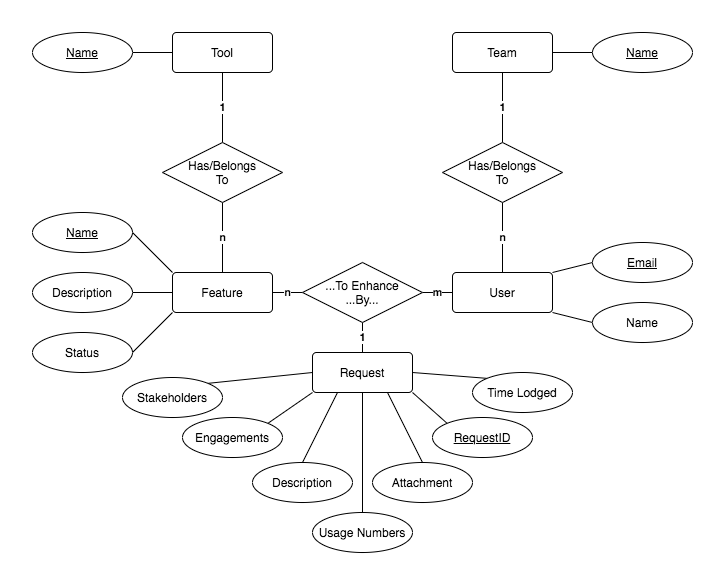
Earlier version of the draw.io export docs/DB Entity Rel Model.png (cpanzenbock/Fraudtech-Web-Activity). Source tidied: cells renumbered, new cells last; positions are measured from the earlier drawing's top-left corner, leaving out a move shared by most shapes.
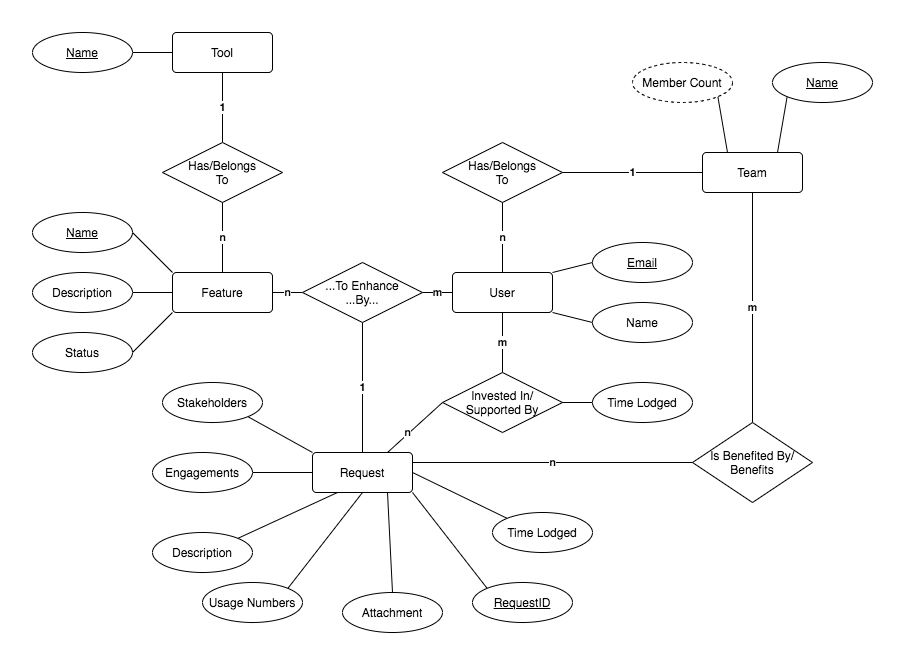
Above is the later version.

What changed in the source:
```diff
@@ -20,6 +20,9 @@
     <mxCell id="7" value="&lt;b&gt;m&lt;/b&gt;" style="edgeStyle=none;rounded=0;jettySize=auto;html=1;exitX=0;exitY=0.5;exitDx=0;exitDy=0;entryX=1;entryY=0.5;entryDx=0;entryDy=0;endArrow=none;endFill=0;" parent="1" edge="1" source="8" target="44">
       <mxGeometry relative="1" as="geometry" />
     </mxCell>
+    <mxCell id="45" value="&lt;b&gt;m&lt;/b&gt;" style="rounded=0;jettySize=auto;html=1;exitX=0.5;exitY=1;exitDx=0;exitDy=0;entryX=0.5;entryY=0;entryDx=0;entryDy=0;endArrow=none;endFill=0;" parent="1" edge="1" source="8" target="50">
+      <mxGeometry relative="1" as="geometry" />
+    </mxCell>
     <mxCell id="8" value="User" style="rounded=1;arcSize=10;whiteSpace=wrap;html=1;align=center;" parent="1" vertex="1">
       <mxGeometry x="420" y="240" width="100" height="40" as="geometry" />
     </mxCell>
@@ -32,11 +35,17 @@
     <mxCell id="11" style="edgeStyle=none;rounded=0;jettySize=auto;html=1;exitX=0.75;exitY=1;exitDx=0;exitDy=0;entryX=0.5;entryY=0;entryDx=0;entryDy=0;endArrow=none;endFill=0;" parent="1" edge="1" source="42" target="39">
       <mxGeometry relative="1" as="geometry" />
     </mxCell>
-    <mxCell id="12" style="edgeStyle=none;rounded=0;jettySize=auto;html=1;exitX=1;exitY=0.5;exitDx=0;exitDy=0;entryX=0;entryY=0.5;entryDx=0;entryDy=0;endArrow=none;endFill=0;" parent="1" edge="1" source="13" target="19">
+    <mxCell id="12" style="edgeStyle=none;rounded=0;jettySize=auto;html=1;exitX=0.75;exitY=0;exitDx=0;exitDy=0;entryX=0;entryY=1;entryDx=0;entryDy=0;endArrow=none;endFill=0;" parent="1" edge="1" source="13" target="19">
       <mxGeometry relative="1" as="geometry" />
     </mxCell>
+    <mxCell id="46" value="&lt;b&gt;m&lt;/b&gt;" style="edgeStyle=none;rounded=0;jettySize=auto;html=1;exitX=0.5;exitY=1;exitDx=0;exitDy=0;entryX=0.5;entryY=0;entryDx=0;entryDy=0;endArrow=none;endFill=0;" parent="1" edge="1" source="13" target="53">
+      <mxGeometry relative="1" as="geometry" />
+    </mxCell>
+    <mxCell id="47" style="edgeStyle=none;rounded=0;jettySize=auto;html=1;exitX=0.25;exitY=0;exitDx=0;exitDy=0;entryX=1;entryY=1;entryDx=0;entryDy=0;endArrow=none;endFill=0;" parent="1" edge="1" source="13" target="55">
+      <mxGeometry relative="1" as="geometry" />
+    </mxCell>
     <mxCell id="13" value="Team" style="rounded=1;arcSize=10;whiteSpace=wrap;html=1;align=center;" parent="1" vertex="1">
-      <mxGeometry x="420" width="100" height="40" as="geometry" />
+      <mxGeometry x="670" y="120" width="100" height="40" as="geometry" />
     </mxCell>
     <mxCell id="14" value="Email" style="ellipse;whiteSpace=wrap;html=1;align=center;fontStyle=4;" parent="1" vertex="1">
       <mxGeometry x="560" y="210" width="100" height="40" as="geometry" />
@@ -47,20 +56,20 @@
     <mxCell id="16" value="&lt;b&gt;n&lt;/b&gt;" style="edgeStyle=none;rounded=0;jettySize=auto;html=1;exitX=0.5;exitY=1;exitDx=0;exitDy=0;entryX=0.5;entryY=0;entryDx=0;entryDy=0;endArrow=none;endFill=0;" parent="1" edge="1" source="18" target="8">
       <mxGeometry relative="1" as="geometry" />
     </mxCell>
-    <mxCell id="17" value="&lt;b&gt;1&lt;/b&gt;" style="edgeStyle=none;rounded=0;jettySize=auto;html=1;exitX=0.5;exitY=0;exitDx=0;exitDy=0;entryX=0.5;entryY=1;entryDx=0;entryDy=0;endArrow=none;endFill=0;" parent="1" edge="1" source="18" target="13">
+    <mxCell id="17" value="&lt;b&gt;1&lt;/b&gt;" style="edgeStyle=none;rounded=0;jettySize=auto;html=1;exitX=1;exitY=0.5;exitDx=0;exitDy=0;entryX=0;entryY=0.5;entryDx=0;entryDy=0;endArrow=none;endFill=0;" parent="1" edge="1" source="18" target="13">
       <mxGeometry relative="1" as="geometry" />
     </mxCell>
     <mxCell id="18" value="Has/Belongs&lt;br&gt;To" style="shape=rhombus;perimeter=rhombusPerimeter;whiteSpace=wrap;html=1;align=center;" parent="1" vertex="1">
       <mxGeometry x="410" y="110" width="120" height="60" as="geometry" />
     </mxCell>
     <mxCell id="19" value="Name" style="ellipse;whiteSpace=wrap;html=1;align=center;fontStyle=4;" parent="1" vertex="1">
-      <mxGeometry x="560" width="100" height="40" as="geometry" />
+      <mxGeometry x="740" y="30" width="100" height="40" as="geometry" />
     </mxCell>
     <mxCell id="20" value="RequestID" style="ellipse;whiteSpace=wrap;html=1;align=center;fontStyle=4;" parent="1" vertex="1">
-      <mxGeometry x="400" y="385" width="100" height="40" as="geometry" />
+      <mxGeometry x="440" y="550" width="100" height="40" as="geometry" />
     </mxCell>
     <mxCell id="21" value="Time Lodged" style="ellipse;whiteSpace=wrap;html=1;align=center;" parent="1" vertex="1">
-      <mxGeometry x="440" y="340" width="100" height="40" as="geometry" />
+      <mxGeometry x="460" y="480" width="100" height="40" as="geometry" />
     </mxCell>
     <mxCell id="22" value="&lt;span&gt;n&lt;/span&gt;" style="edgeStyle=none;rounded=0;jettySize=auto;html=1;exitX=0;exitY=0.5;exitDx=0;exitDy=0;entryX=1;entryY=0.5;entryDx=0;entryDy=0;endArrow=none;endFill=0;fontStyle=1;" parent="1" edge="1" source="44" target="4">
       <mxGeometry relative="1" as="geometry" />
@@ -95,35 +104,35 @@
     <mxCell id="32" value="Status" style="ellipse;whiteSpace=wrap;html=1;align=center;" parent="1" vertex="1">
       <mxGeometry y="300" width="100" height="40" as="geometry" />
     </mxCell>
-    <mxCell id="33" style="edgeStyle=none;rounded=0;jettySize=auto;html=1;exitX=1;exitY=0;exitDx=0;exitDy=0;entryX=0;entryY=0.5;entryDx=0;entryDy=0;endArrow=none;endFill=0;" parent="1" edge="1" source="34" target="42">
+    <mxCell id="33" style="edgeStyle=none;rounded=0;jettySize=auto;html=1;exitX=1;exitY=1;exitDx=0;exitDy=0;entryX=0;entryY=0;entryDx=0;entryDy=0;endArrow=none;endFill=0;" parent="1" edge="1" source="34" target="42">
       <mxGeometry relative="1" as="geometry" />
     </mxCell>
     <mxCell id="34" value="Stakeholders" style="ellipse;whiteSpace=wrap;html=1;align=center;" parent="1" vertex="1">
-      <mxGeometry x="90" y="345" width="100" height="40" as="geometry" />
+      <mxGeometry x="130" y="350" width="100" height="40" as="geometry" />
     </mxCell>
-    <mxCell id="35" style="edgeStyle=none;rounded=0;jettySize=auto;html=1;exitX=1;exitY=0;exitDx=0;exitDy=0;endArrow=none;endFill=0;entryX=0;entryY=1;entryDx=0;entryDy=0;" parent="1" edge="1" source="36" target="42">
+    <mxCell id="35" style="edgeStyle=none;rounded=0;jettySize=auto;html=1;exitX=1;exitY=0.5;exitDx=0;exitDy=0;endArrow=none;endFill=0;entryX=0;entryY=0.5;entryDx=0;entryDy=0;" parent="1" edge="1" source="36" target="42">
       <mxGeometry relative="1" as="geometry" />
     </mxCell>
     <mxCell id="36" value="Engagements" style="ellipse;whiteSpace=wrap;html=1;align=center;" parent="1" vertex="1">
-      <mxGeometry x="150" y="385" width="100" height="40" as="geometry" />
+      <mxGeometry x="120" y="420" width="100" height="40" as="geometry" />
     </mxCell>
-    <mxCell id="37" style="edgeStyle=none;rounded=0;jettySize=auto;html=1;exitX=0.5;exitY=0;exitDx=0;exitDy=0;entryX=0.25;entryY=1;entryDx=0;entryDy=0;endArrow=none;endFill=0;" parent="1" edge="1" source="38" target="42">
+    <mxCell id="37" style="edgeStyle=none;rounded=0;jettySize=auto;html=1;exitX=1;exitY=0;exitDx=0;exitDy=0;entryX=0.25;entryY=1;entryDx=0;entryDy=0;endArrow=none;endFill=0;" parent="1" edge="1" source="38" target="42">
       <mxGeometry relative="1" as="geometry" />
     </mxCell>
     <mxCell id="38" value="Description" style="ellipse;whiteSpace=wrap;html=1;align=center;" parent="1" vertex="1">
-      <mxGeometry x="220" y="430" width="100" height="40" as="geometry" />
+      <mxGeometry x="120" y="500" width="100" height="40" as="geometry" />
     </mxCell>
     <mxCell id="39" value="Attachment" style="ellipse;whiteSpace=wrap;html=1;align=center;" parent="1" vertex="1">
-      <mxGeometry x="340" y="430" width="100" height="40" as="geometry" />
+      <mxGeometry x="310" y="560" width="100" height="40" as="geometry" />
     </mxCell>
-    <mxCell id="40" style="edgeStyle=orthogonalEdgeStyle;rounded=0;jettySize=auto;html=1;exitX=0.5;exitY=1;exitDx=0;exitDy=0;entryX=0.5;entryY=0;entryDx=0;entryDy=0;endArrow=none;endFill=0;" parent="1" edge="1" source="42" target="41">
+    <mxCell id="40" style="rounded=0;jettySize=auto;html=1;exitX=0.5;exitY=1;exitDx=0;exitDy=0;entryX=1;entryY=0;entryDx=0;entryDy=0;endArrow=none;endFill=0;" parent="1" edge="1" source="42" target="41">
       <mxGeometry relative="1" as="geometry" />
     </mxCell>
     <mxCell id="41" value="Usage Numbers" style="ellipse;whiteSpace=wrap;html=1;align=center;" parent="1" vertex="1">
-      <mxGeometry x="280" y="480" width="100" height="40" as="geometry" />
+      <mxGeometry x="170" y="550" width="100" height="40" as="geometry" />
     </mxCell>
     <mxCell id="42" value="Request" style="rounded=1;arcSize=10;whiteSpace=wrap;html=1;align=center;" parent="1" vertex="1">
-      <mxGeometry x="280" y="320" width="100" height="40" as="geometry" />
+      <mxGeometry x="280" y="420" width="100" height="40" as="geometry" />
     </mxCell>
     <mxCell id="43" value="&lt;b&gt;1&lt;/b&gt;" style="edgeStyle=orthogonalEdgeStyle;rounded=0;jettySize=auto;html=1;exitX=0.5;exitY=1;exitDx=0;exitDy=0;entryX=0.5;entryY=0;entryDx=0;entryDy=0;endArrow=none;endFill=0;" parent="1" edge="1" source="44" target="42">
       <mxGeometry relative="1" as="geometry" />
@@ -131,5 +140,29 @@
     <mxCell id="44" value="...To Enhance&lt;br&gt;...By..." style="shape=rhombus;perimeter=rhombusPerimeter;whiteSpace=wrap;html=1;align=center;" parent="1" vertex="1">
       <mxGeometry x="270" y="230" width="120" height="60" as="geometry" />
     </mxCell>
+    <mxCell id="48" style="rounded=0;jettySize=auto;html=1;exitX=0;exitY=0.5;exitDx=0;exitDy=0;entryX=0.75;entryY=0;entryDx=0;entryDy=0;endArrow=none;endFill=0;" parent="1" edge="1" source="50" target="42">
+      <mxGeometry relative="1" as="geometry" />
+    </mxCell>
+    <mxCell id="49" value="&lt;b&gt;n&lt;/b&gt;" style="edgeLabel;html=1;align=center;verticalAlign=middle;" parent="48" vertex="1">
+      <mxGeometry x="0.23" y="-2" relative="1" as="geometry" />
+    </mxCell>
+    <mxCell id="50" value="Invested In/&lt;br&gt;Supported By" style="shape=rhombus;perimeter=rhombusPerimeter;whiteSpace=wrap;html=1;align=center;" parent="1" vertex="1">
+      <mxGeometry x="410" y="340" width="120" height="60" as="geometry" />
+    </mxCell>
+    <mxCell id="51" style="edgeStyle=none;rounded=0;jettySize=auto;html=1;exitX=1;exitY=0.5;exitDx=0;exitDy=0;entryX=0;entryY=0.5;entryDx=0;entryDy=0;endArrow=none;endFill=0;" parent="1" edge="1" source="50" target="52">
+      <mxGeometry relative="1" as="geometry" />
+    </mxCell>
+    <mxCell id="52" value="Time Lodged" style="ellipse;whiteSpace=wrap;html=1;align=center;" parent="1" vertex="1">
+      <mxGeometry x="560" y="350" width="100" height="40" as="geometry" />
+    </mxCell>
+    <mxCell id="53" value="Is Benefited By/&lt;br&gt;Benefits" style="shape=rhombus;perimeter=rhombusPerimeter;whiteSpace=wrap;html=1;align=center;" parent="1" vertex="1">
+      <mxGeometry x="660" y="390" width="120" height="80" as="geometry" />
+    </mxCell>
+    <mxCell id="54" value="&lt;b&gt;n&lt;/b&gt;" style="endArrow=none;html=1;exitX=1;exitY=0.25;exitDx=0;exitDy=0;entryX=0;entryY=0.5;entryDx=0;entryDy=0;" parent="1" edge="1" source="42" target="53">
+      <mxGeometry relative="1" as="geometry" />
+    </mxCell>
+    <mxCell id="55" value="Member Count" style="ellipse;whiteSpace=wrap;html=1;align=center;dashed=1;" parent="1" vertex="1">
+      <mxGeometry x="600" y="30" width="100" height="40" as="geometry" />
+    </mxCell>
   </root>
 </mxGraphModel>
```
